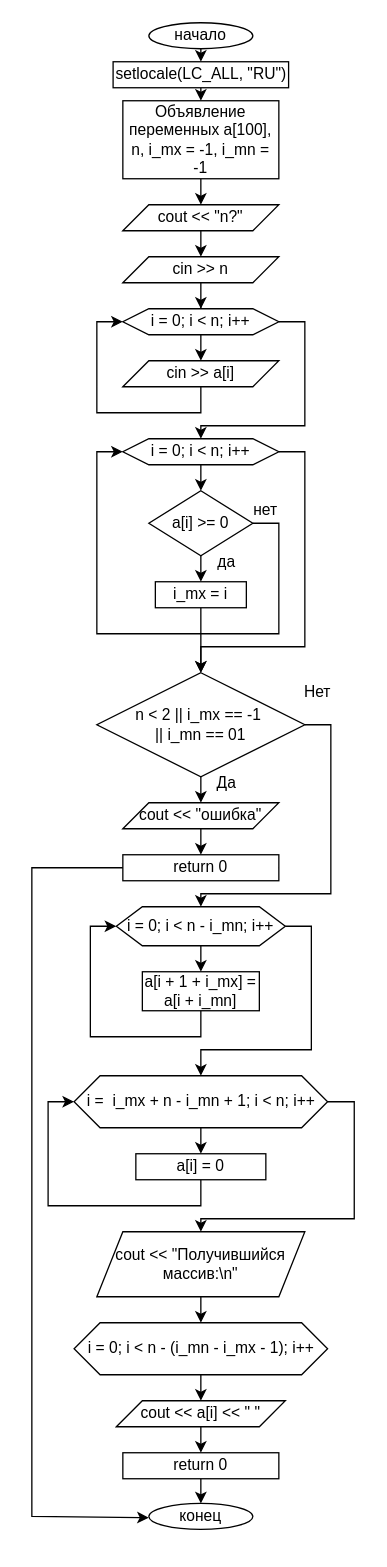
The draw.io diagram Algo_dann_2_curs/PR2.drawio in Idontlikeni/Uni_docs, before the edit. Source tidied: cells renumbered, new cells numbered last; positions are measured from the earlier drawing's top-left corner, leaving out a move shared by most shapes. Both pictures are drawn from the tidied source at 130%, with x=0, y=0 at pixel (31, 22).
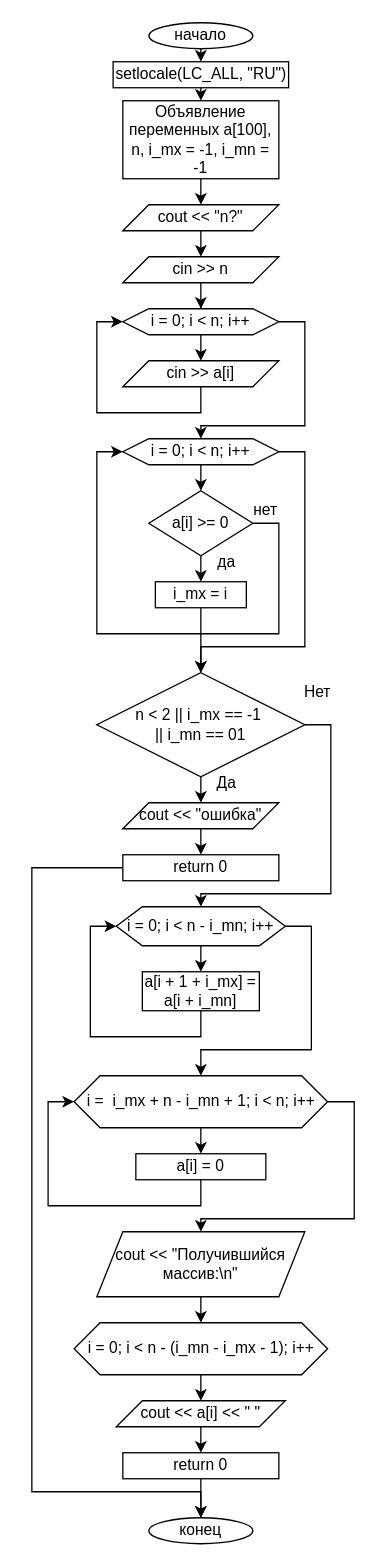
Above is the later version.

Commit message:
Fixed end statemnt

Unchanged cells that the change refers to:
```xml
<mxCell id="34" value="return 0" style="rounded=0;whiteSpace=wrap;html=1;" parent="1" vertex="1">
  <mxGeometry x="70" y="640" width="120" height="20" as="geometry" />
</mxCell>
```

Diff of the diagram source:
```diff
@@
     <mxCell id="4" value="конец" style="ellipse;whiteSpace=wrap;html=1;" parent="1" vertex="1">
-      <mxGeometry x="90" y="1139" width="80" height="20" as="geometry" />
+      <mxGeometry x="90" y="1150" width="80" height="20" as="geometry" />
     </mxCell>
@@
-    <mxCell id="33" style="edgeStyle=orthogonalEdgeStyle;rounded=0;jettySize=auto;html=1;exitX=1;exitY=0.5;exitDx=0;exitDy=0;" parent="1" edge="1" source="34">
+    <mxCell id="33" style="edgeStyle=orthogonalEdgeStyle;rounded=0;jettySize=auto;html=1;exitX=1;exitY=0.5;exitDx=0;exitDy=0;entryX=0.5;entryY=0;entryDx=0;entryDy=0;" parent="1" edge="1" source="34" target="4">
       <mxGeometry relative="1" as="geometry">
-        <mxPoint x="90" y="1150" as="targetPoint" />
         <Array as="points">
           <mxPoint y="650" />
-          <mxPoint y="1149" />
+          <mxPoint y="1130" />
+          <mxPoint x="130" y="1130" />
         </Array>
       </mxGeometry>
     </mxCell>
```
